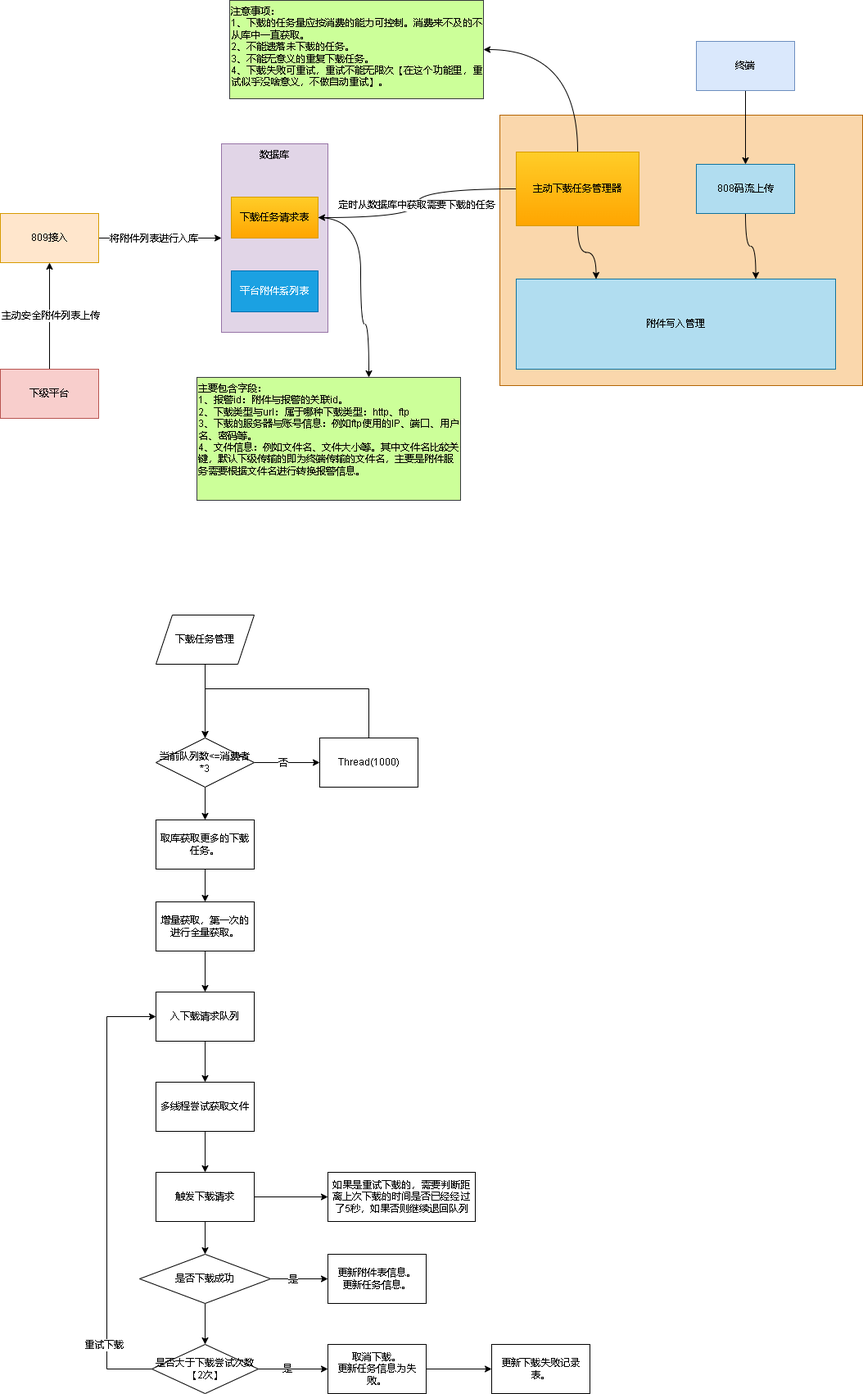
The draw.io diagram 809上传附件列表支持下载.drawio.png in xktder/draw, before a commit. Source tidied: cells renumbered, new cells last; positions are measured from the earlier drawing's top-left corner, leaving out a move shared by most shapes.
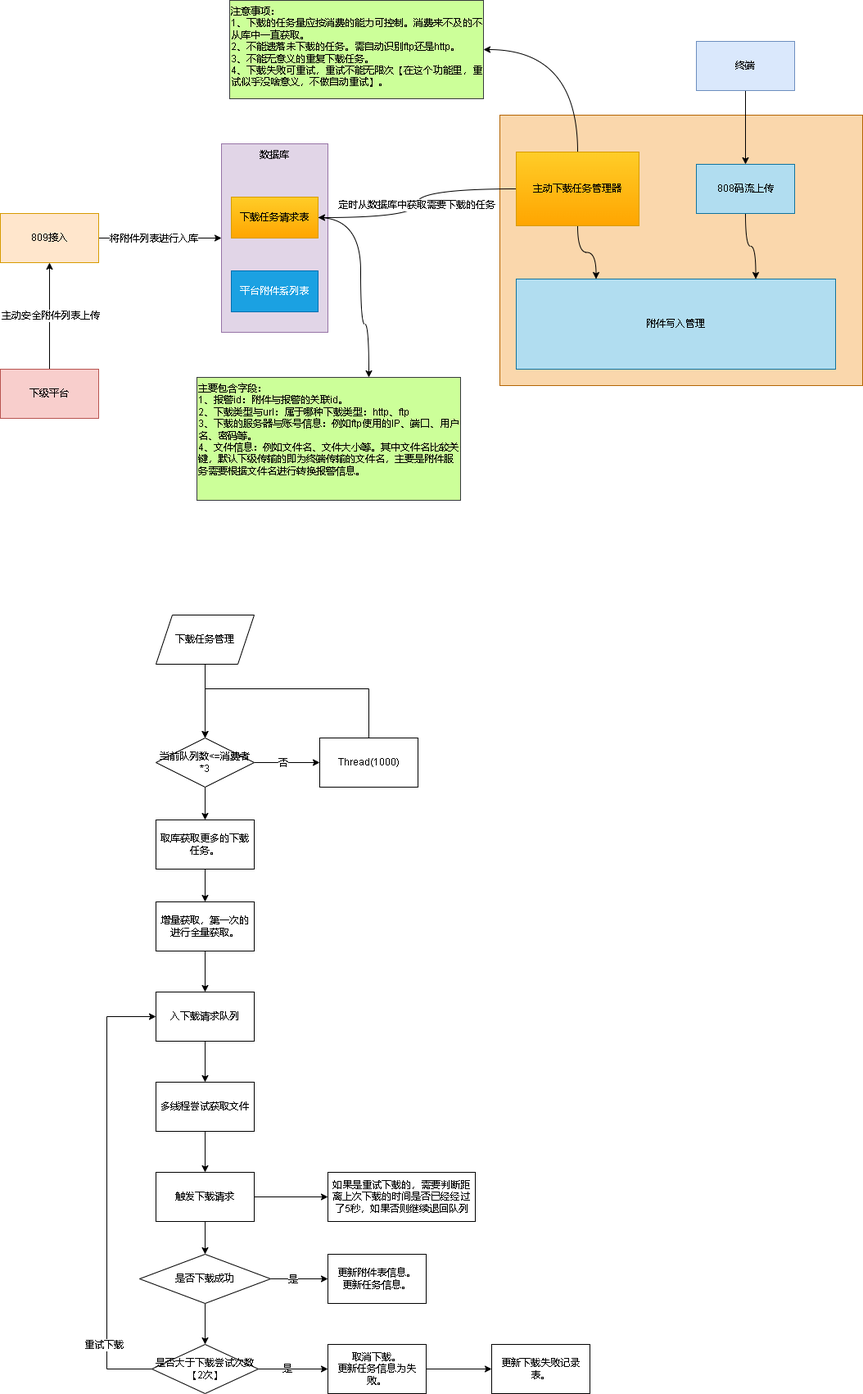
Above is the later version.

Commit message:
更新809上传附件列表支持下载.drawio.png

Diff of the diagram source:
```diff
@@ -77,7 +77,7 @@
     <mxCell id="22" value="终端" style="rounded=0;whiteSpace=wrap;html=1;fillColor=#dae8fc;strokeColor=#6c8ebf;" parent="1" vertex="1">
       <mxGeometry x="850" y="50" width="120" height="60" as="geometry" />
     </mxCell>
-    <mxCell id="23" value="注意事项：&lt;br&gt;1、下载的任务量应按消费的能力可控制。消费来不及的不从库中一直获取。&lt;br&gt;2、不能遗落未下载的任务。&lt;br&gt;3、不能无意义的重复下载任务。&lt;br&gt;4、下载失败可重试，重试不能无限次【在这个功能里，重试似乎没啥意义，不做自动重试】。" style="rounded=0;whiteSpace=wrap;html=1;fillColor=#CCFF99;strokeColor=#36393d;verticalAlign=top;align=left;" parent="1" vertex="1">
+    <mxCell id="23" value="注意事项：&lt;br&gt;1、下载的任务量应按消费的能力可控制。消费来不及的不从库中一直获取。&lt;br&gt;2、不能遗落未下载的任务。需自动识别ftp还是http。&lt;br&gt;3、不能无意义的重复下载任务。&lt;br&gt;4、下载失败可重试，重试不能无限次【在这个功能里，重试似乎没啥意义，不做自动重试】。" style="rounded=0;whiteSpace=wrap;html=1;fillColor=#CCFF99;strokeColor=#36393d;verticalAlign=top;align=left;" parent="1" vertex="1">
       <mxGeometry x="280" width="310" height="120" as="geometry" />
     </mxCell>
     <mxCell id="24" value="主要包含字段：&lt;br&gt;1、报警id：附件与报警的关联id。&lt;br&gt;2、下载类型与url：属于哪种下载类型：http、ftp&lt;br&gt;3、下载的服务器与账号信息：例如ftp使用的IP、端口、用户名、密码等。&lt;br&gt;4、文件信息：例如文件名、文件大小等。其中文件名比较关键，默认下级传输的即为终端传输的文件名，主要是附件服务需要根据文件名进行转换报警信息。" style="rounded=0;whiteSpace=wrap;html=1;fillColor=#CCFF99;strokeColor=#36393d;verticalAlign=top;align=left;" parent="1" vertex="1">
```
